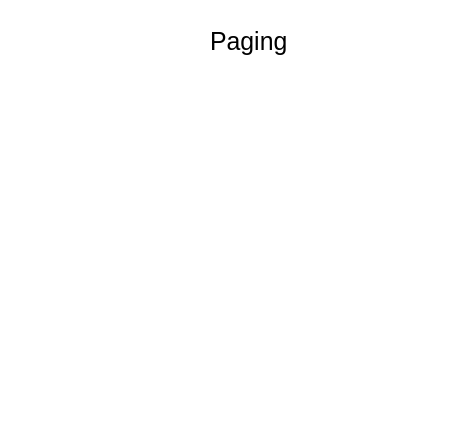
Above: page "Paging" (2 of 8) of Memory Management.drawio in CorpDK/Drawing (draw.io), before the change. Source tidied: cells renumbered, new cells numbered last; positions are measured from the earlier drawing's top-left corner, leaving out a move shared by most shapes. Both pictures are drawn from the tidied source at 113%, with x=0, y=0 at pixel (68, 19).
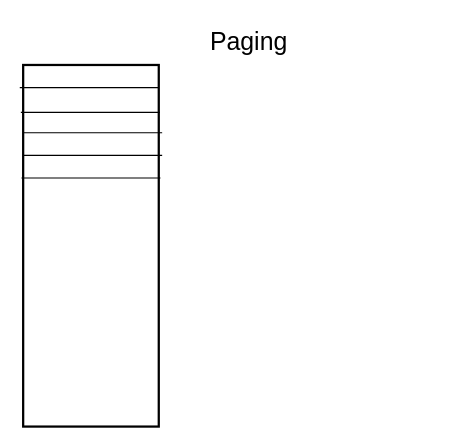
After the change.

The edit, as a diff of the source:
```diff
@@
 <mxGraphModel>
   <root>
     <mxCell id="0" />
     <mxCell id="1" parent="0" />
     <mxCell id="2" value="&lt;span style=&quot;font-size: 22px&quot;&gt;Paging&lt;/span&gt;" style="text;html=1;strokeColor=none;fillColor=none;align=center;verticalAlign=middle;whiteSpace=wrap;rounded=0;" parent="1" vertex="1">
       <mxGeometry width="320" height="40" as="geometry" />
     </mxCell>
+    <mxCell id="3" style="rounded=0;whiteSpace=wrap;html=1;glass=0;strokeWidth=2;fillColor=none;" parent="1" vertex="1">
+      <mxGeometry x="-40" y="40" width="120" height="320" as="geometry" />
+    </mxCell>
+    <mxCell id="4" style="endArrow=none;html=1;entryX=1.008;entryY=0.131;entryDx=0;entryDy=0;entryPerimeter=0;exitX=-0.017;exitY=0.131;exitDx=0;exitDy=0;exitPerimeter=0;" parent="1" edge="1" source="3" target="3">
+      <mxGeometry relative="1" as="geometry" />
+    </mxCell>
+    <mxCell id="5" style="endArrow=none;html=1;entryX=1.008;entryY=0.131;entryDx=0;entryDy=0;entryPerimeter=0;exitX=-0.017;exitY=0.131;exitDx=0;exitDy=0;exitPerimeter=0;" parent="1" edge="1">
+      <mxGeometry relative="1" as="geometry">
+        <mxPoint x="-40" y="120" as="sourcePoint" />
+        <mxPoint x="83" y="120" as="targetPoint" />
+      </mxGeometry>
+    </mxCell>
+    <mxCell id="6" style="endArrow=none;html=1;entryX=1.008;entryY=0.131;entryDx=0;entryDy=0;entryPerimeter=0;exitX=-0.017;exitY=0.131;exitDx=0;exitDy=0;exitPerimeter=0;" parent="1" edge="1">
+      <mxGeometry relative="1" as="geometry">
+        <mxPoint x="-43" y="60" as="sourcePoint" />
+        <mxPoint x="80" y="60" as="targetPoint" />
+      </mxGeometry>
+    </mxCell>
+    <mxCell id="7" style="endArrow=none;html=1;entryX=1.008;entryY=0.131;entryDx=0;entryDy=0;entryPerimeter=0;exitX=-0.017;exitY=0.131;exitDx=0;exitDy=0;exitPerimeter=0;" parent="1" edge="1">
+      <mxGeometry relative="1" as="geometry">
+        <mxPoint x="-40" y="100" as="sourcePoint" />
+        <mxPoint x="83" y="100" as="targetPoint" />
+      </mxGeometry>
+    </mxCell>
+    <mxCell id="8" style="endArrow=none;html=1;entryX=1.008;entryY=0.131;entryDx=0;entryDy=0;entryPerimeter=0;exitX=-0.017;exitY=0.131;exitDx=0;exitDy=0;exitPerimeter=0;" parent="1" edge="1">
+      <mxGeometry relative="1" as="geometry">
+        <mxPoint x="-41.5" y="140" as="sourcePoint" />
+        <mxPoint x="81.5" y="140" as="targetPoint" />
+      </mxGeometry>
+    </mxCell>
   </root>
 </mxGraphModel>
```
